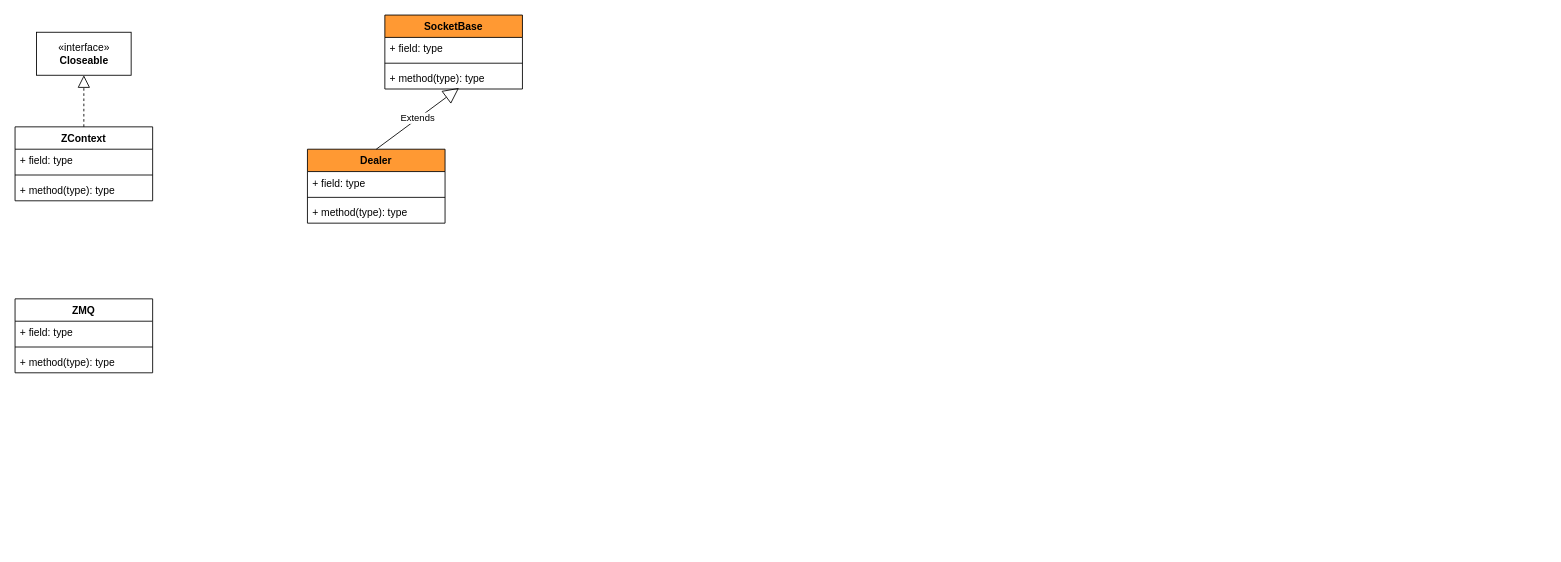
Before: zeromq.drawio in tadsimons/draw, a draw.io diagram. Source tidied: cells renumbered, new cells numbered last; positions are measured from the earlier drawing's top-left corner, leaving out a move shared by most shapes. Both pictures are drawn from the tidied source at 86%, with x=0, y=0 at pixel (15, 15).
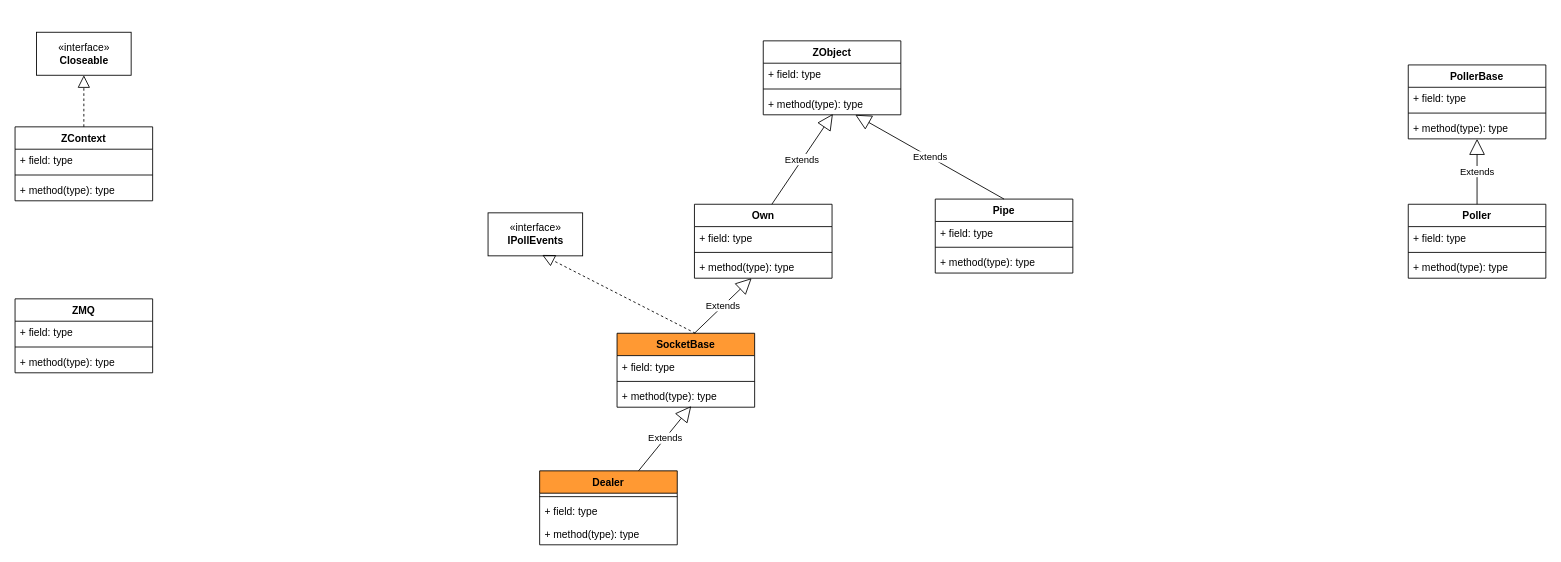
The same page after the edit.

Diff of the diagram source:
```diff
@@
-    <mxCell id="8" value="SocketBase" style="swimlane;fontStyle=1;align=center;verticalAlign=top;horizontal=1;startSize=26;fillColor=#FF9933;" parent="1" vertex="1">
-      <mxGeometry x="430" width="160" height="86" as="geometry" />
-    </mxCell>
-    <mxCell id="9" value="+ field: type" style="text;strokeColor=none;fillColor=none;align=left;verticalAlign=top;spacingLeft=4;spacingRight=4;overflow=hidden;" parent="8" vertex="1">
-      <mxGeometry y="26" width="160" height="26" as="geometry" />
-    </mxCell>
-    <mxCell id="10" style="line;strokeWidth=1;fillColor=none;align=left;verticalAlign=middle;spacingTop=-1;spacingLeft=3;spacingRight=3;labelPosition=right;" parent="8" vertex="1">
-      <mxGeometry y="52" width="160" height="8" as="geometry" />
-    </mxCell>
-    <mxCell id="11" value="+ method(type): type" style="text;strokeColor=none;fillColor=none;align=left;verticalAlign=top;spacingLeft=4;spacingRight=4;overflow=hidden;points=[[0,0.5],[1,0.5]];portConstraint=eastwest;" parent="8" vertex="1">
-      <mxGeometry y="60" width="160" height="26" as="geometry" />
-    </mxCell>
-    <mxCell id="12" value="Dealer" style="swimlane;fontStyle=1;align=center;verticalAlign=top;horizontal=1;startSize=26;fillColor=#FF9933;" parent="1" vertex="1">
-      <mxGeometry x="340" y="156" width="160" height="86" as="geometry" />
-    </mxCell>
-    <mxCell id="13" value="+ field: type" style="text;strokeColor=none;fillColor=none;align=left;verticalAlign=top;spacingLeft=4;spacingRight=4;overflow=hidden;" parent="12" vertex="1">
-      <mxGeometry y="26" width="160" height="26" as="geometry" />
-    </mxCell>
-    <mxCell id="14" style="line;strokeWidth=1;fillColor=none;align=left;verticalAlign=middle;spacingTop=-1;spacingLeft=3;spacingRight=3;labelPosition=right;" parent="12" vertex="1">
-      <mxGeometry y="52" width="160" height="8" as="geometry" />
-    </mxCell>
-    <mxCell id="15" value="+ method(type): type" style="text;strokeColor=none;fillColor=none;align=left;verticalAlign=top;spacingLeft=4;spacingRight=4;overflow=hidden;" parent="12" vertex="1">
-      <mxGeometry y="60" width="160" height="26" as="geometry" />
-    </mxCell>
-    <mxCell id="16" value="Extends" style="endArrow=block;endSize=16;endFill=0;html=1;entryX=0.539;entryY=0.951;entryDx=0;entryDy=0;entryPerimeter=0;exitX=0.5;exitY=0;exitDx=0;exitDy=0;" parent="1" edge="1" source="12" target="11">
+    <mxCell id="16" value="Extends" style="endArrow=block;endSize=16;endFill=0;html=1;entryX=0.539;entryY=0.951;entryDx=0;entryDy=0;entryPerimeter=0;" parent="1" edge="1" source="12" target="11">
       <mxGeometry relative="1" as="geometry" />
     </mxCell>
@@
+    <mxCell id="8" value="SocketBase" style="swimlane;fontStyle=1;align=center;verticalAlign=top;horizontal=1;startSize=26;fillColor=#FF9933;" parent="1" vertex="1">
+      <mxGeometry x="700" y="370" width="160" height="86" as="geometry" />
+    </mxCell>
+    <mxCell id="21" value="Extends" style="endArrow=block;endSize=16;endFill=0;html=1;" parent="8" edge="1" target="26">
+      <mxGeometry relative="1" as="geometry">
+        <mxPoint x="90" as="sourcePoint" />
+      </mxGeometry>
+    </mxCell>
+    <mxCell id="9" value="+ field: type" style="text;strokeColor=none;fillColor=none;align=left;verticalAlign=top;spacingLeft=4;spacingRight=4;overflow=hidden;" parent="8" vertex="1">
+      <mxGeometry y="26" width="160" height="26" as="geometry" />
+    </mxCell>
+    <mxCell id="10" style="line;strokeWidth=1;fillColor=none;align=left;verticalAlign=middle;spacingTop=-1;spacingLeft=3;spacingRight=3;labelPosition=right;" parent="8" vertex="1">
+      <mxGeometry y="52" width="160" height="8" as="geometry" />
+    </mxCell>
+    <mxCell id="11" value="+ method(type): type" style="text;strokeColor=none;fillColor=none;align=left;verticalAlign=top;spacingLeft=4;spacingRight=4;overflow=hidden;points=[[0,0.5],[1,0.5]];portConstraint=eastwest;" parent="8" vertex="1">
+      <mxGeometry y="60" width="160" height="26" as="geometry" />
+    </mxCell>
+    <mxCell id="12" value="Dealer" style="swimlane;fontStyle=1;align=center;verticalAlign=top;horizontal=1;startSize=26;fillColor=#FF9933;" parent="1" vertex="1">
+      <mxGeometry x="610" y="530" width="160" height="86" as="geometry" />
+    </mxCell>
+    <mxCell id="14" style="line;strokeWidth=1;fillColor=none;align=left;verticalAlign=middle;spacingTop=-1;spacingLeft=3;spacingRight=3;labelPosition=right;" parent="12" vertex="1">
+      <mxGeometry y="26" width="160" height="8" as="geometry" />
+    </mxCell>
+    <mxCell id="13" value="+ field: type" style="text;strokeColor=none;fillColor=none;align=left;verticalAlign=top;spacingLeft=4;spacingRight=4;overflow=hidden;" parent="12" vertex="1">
+      <mxGeometry y="34" width="160" height="26" as="geometry" />
+    </mxCell>
+    <mxCell id="15" value="+ method(type): type" style="text;strokeColor=none;fillColor=none;align=left;verticalAlign=top;spacingLeft=4;spacingRight=4;overflow=hidden;" parent="12" vertex="1">
+      <mxGeometry y="60" width="160" height="26" as="geometry" />
+    </mxCell>
+    <mxCell id="22" value="Own" style="swimlane;fontStyle=1;align=center;verticalAlign=top;horizontal=1;startSize=26;" parent="1" vertex="1">
+      <mxGeometry x="790" y="220" width="160" height="86" as="geometry" />
+    </mxCell>
+    <mxCell id="23" value="Extends" style="endArrow=block;endSize=16;endFill=0;html=1;entryX=0.506;entryY=0.962;entryDx=0;entryDy=0;entryPerimeter=0;" parent="22" edge="1" target="30">
+      <mxGeometry relative="1" as="geometry">
+        <mxPoint x="90" as="sourcePoint" />
+      </mxGeometry>
+    </mxCell>
+    <mxCell id="24" value="+ field: type" style="text;strokeColor=none;fillColor=none;align=left;verticalAlign=top;spacingLeft=4;spacingRight=4;overflow=hidden;" parent="22" vertex="1">
+      <mxGeometry y="26" width="160" height="26" as="geometry" />
+    </mxCell>
+    <mxCell id="25" style="line;strokeWidth=1;fillColor=none;align=left;verticalAlign=middle;spacingTop=-1;spacingLeft=3;spacingRight=3;labelPosition=right;" parent="22" vertex="1">
+      <mxGeometry y="52" width="160" height="8" as="geometry" />
+    </mxCell>
+    <mxCell id="26" value="+ method(type): type" style="text;strokeColor=none;fillColor=none;align=left;verticalAlign=top;spacingLeft=4;spacingRight=4;overflow=hidden;points=[[0,0.5],[1,0.5]];portConstraint=eastwest;" parent="22" vertex="1">
+      <mxGeometry y="60" width="160" height="26" as="geometry" />
+    </mxCell>
+    <mxCell id="27" value="ZObject" style="swimlane;fontStyle=1;align=center;verticalAlign=top;horizontal=1;startSize=26;" parent="1" vertex="1">
+      <mxGeometry x="870" y="30" width="160" height="86" as="geometry" />
+    </mxCell>
+    <mxCell id="28" value="+ field: type" style="text;strokeColor=none;fillColor=none;align=left;verticalAlign=top;spacingLeft=4;spacingRight=4;overflow=hidden;" parent="27" vertex="1">
+      <mxGeometry y="26" width="160" height="26" as="geometry" />
+    </mxCell>
+    <mxCell id="29" style="line;strokeWidth=1;fillColor=none;align=left;verticalAlign=middle;spacingTop=-1;spacingLeft=3;spacingRight=3;labelPosition=right;" parent="27" vertex="1">
+      <mxGeometry y="52" width="160" height="8" as="geometry" />
+    </mxCell>
+    <mxCell id="30" value="+ method(type): type" style="text;strokeColor=none;fillColor=none;align=left;verticalAlign=top;spacingLeft=4;spacingRight=4;overflow=hidden;points=[[0,0.5],[1,0.5]];portConstraint=eastwest;" parent="27" vertex="1">
+      <mxGeometry y="60" width="160" height="26" as="geometry" />
+    </mxCell>
+    <mxCell id="31" value="«interface»&lt;br&gt;&lt;b&gt;IPollEvents&lt;/b&gt;" style="html=1;" parent="1" vertex="1">
+      <mxGeometry x="550" y="230" width="110" height="50" as="geometry" />
+    </mxCell>
+    <mxCell id="32" style="endArrow=block;dashed=1;endFill=0;endSize=12;html=1;entryX=0.573;entryY=0.98;entryDx=0;entryDy=0;entryPerimeter=0;exitX=0.569;exitY=0;exitDx=0;exitDy=0;exitPerimeter=0;" parent="1" edge="1" source="8" target="31">
+      <mxGeometry relative="1" as="geometry" />
+    </mxCell>
+    <mxCell id="33" value="Pipe" style="swimlane;fontStyle=1;align=center;verticalAlign=top;horizontal=1;startSize=26;" parent="1" vertex="1">
+      <mxGeometry x="1070" y="214" width="160" height="86" as="geometry" />
+    </mxCell>
+    <mxCell id="34" value="+ field: type" style="text;strokeColor=none;fillColor=none;align=left;verticalAlign=top;spacingLeft=4;spacingRight=4;overflow=hidden;" parent="33" vertex="1">
+      <mxGeometry y="26" width="160" height="26" as="geometry" />
+    </mxCell>
+    <mxCell id="35" style="line;strokeWidth=1;fillColor=none;align=left;verticalAlign=middle;spacingTop=-1;spacingLeft=3;spacingRight=3;labelPosition=right;" parent="33" vertex="1">
+      <mxGeometry y="52" width="160" height="8" as="geometry" />
+    </mxCell>
+    <mxCell id="36" value="+ method(type): type" style="text;strokeColor=none;fillColor=none;align=left;verticalAlign=top;spacingLeft=4;spacingRight=4;overflow=hidden;" parent="33" vertex="1">
+      <mxGeometry y="60" width="160" height="26" as="geometry" />
+    </mxCell>
+    <mxCell id="37" value="Extends" style="endArrow=block;endSize=16;endFill=0;html=1;entryX=0.669;entryY=1;entryDx=0;entryDy=0;entryPerimeter=0;exitX=0.5;exitY=0;exitDx=0;exitDy=0;" parent="1" edge="1" source="33" target="30">
+      <mxGeometry relative="1" as="geometry" />
+    </mxCell>
+    <mxCell id="38" value="PollerBase" style="swimlane;fontStyle=1;align=center;verticalAlign=top;horizontal=1;startSize=26;" parent="1" vertex="1">
+      <mxGeometry x="1620" y="58" width="160" height="86" as="geometry" />
+    </mxCell>
+    <mxCell id="39" value="+ field: type" style="text;strokeColor=none;fillColor=none;align=left;verticalAlign=top;spacingLeft=4;spacingRight=4;overflow=hidden;" parent="38" vertex="1">
+      <mxGeometry y="26" width="160" height="26" as="geometry" />
+    </mxCell>
+    <mxCell id="40" style="line;strokeWidth=1;fillColor=none;align=left;verticalAlign=middle;spacingTop=-1;spacingLeft=3;spacingRight=3;labelPosition=right;" parent="38" vertex="1">
+      <mxGeometry y="52" width="160" height="8" as="geometry" />
+    </mxCell>
+    <mxCell id="41" value="+ method(type): type" style="text;strokeColor=none;fillColor=none;align=left;verticalAlign=top;spacingLeft=4;spacingRight=4;overflow=hidden;points=[[0,0.5],[1,0.5]];portConstraint=eastwest;" parent="38" vertex="1">
+      <mxGeometry y="60" width="160" height="26" as="geometry" />
+    </mxCell>
+    <mxCell id="42" value="Poller" style="swimlane;fontStyle=1;align=center;verticalAlign=top;horizontal=1;startSize=26;" parent="1" vertex="1">
+      <mxGeometry x="1620" y="220" width="160" height="86" as="geometry" />
+    </mxCell>
+    <mxCell id="43" value="Extends" style="endArrow=block;endSize=16;endFill=0;html=1;" parent="42" edge="1" target="41">
+      <mxGeometry relative="1" as="geometry">
+        <mxPoint x="80" as="sourcePoint" />
+      </mxGeometry>
+    </mxCell>
+    <mxCell id="44" value="+ field: type" style="text;strokeColor=none;fillColor=none;align=left;verticalAlign=top;spacingLeft=4;spacingRight=4;overflow=hidden;" parent="42" vertex="1">
+      <mxGeometry y="26" width="160" height="26" as="geometry" />
+    </mxCell>
+    <mxCell id="45" style="line;strokeWidth=1;fillColor=none;align=left;verticalAlign=middle;spacingTop=-1;spacingLeft=3;spacingRight=3;labelPosition=right;" parent="42" vertex="1">
+      <mxGeometry y="52" width="160" height="8" as="geometry" />
+    </mxCell>
+    <mxCell id="46" value="+ method(type): type" style="text;strokeColor=none;fillColor=none;align=left;verticalAlign=top;spacingLeft=4;spacingRight=4;overflow=hidden;" parent="42" vertex="1">
+      <mxGeometry y="60" width="160" height="26" as="geometry" />
+    </mxCell>
```
